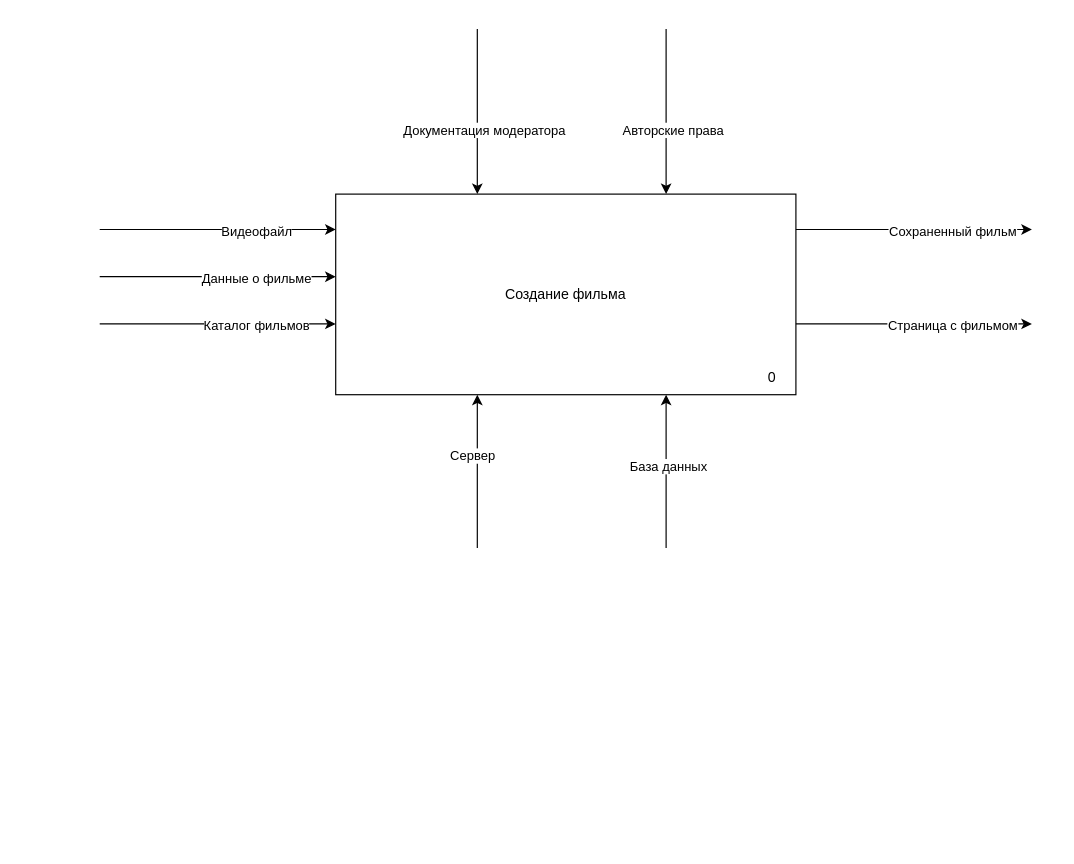
Earlier version of the draw.io diagram paps_1.drawio (vanyailnitsk/vanyailnitsk.github.io). Source tidied: cells renumbered, new cells numbered last; positions are measured from the earlier drawing's top-left corner, leaving out a move shared by most shapes. Both pictures are drawn from the tidied source at 118%, with x=0, y=0 at pixel (99, 28).
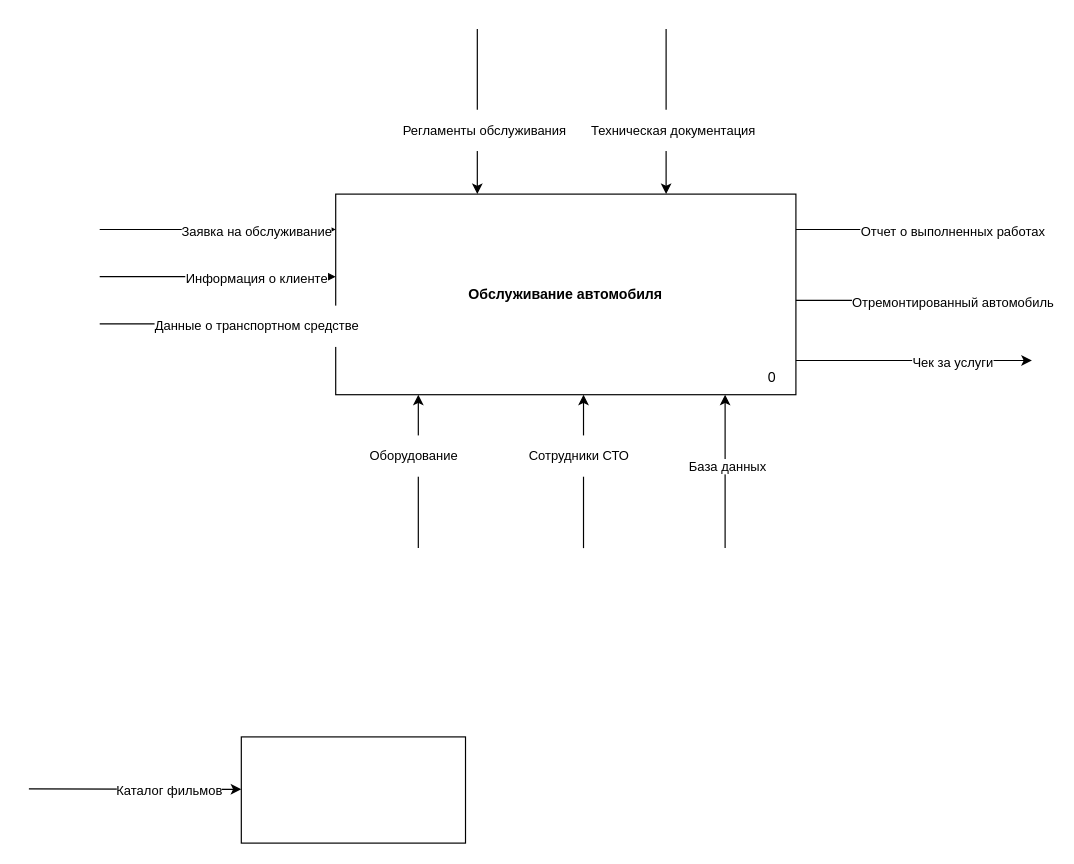
The same diagram, later.

Unchanged cells that the change refers to:
```xml
<mxCell id="3" style="endArrow=classic;html=1;rounded=0;" parent="1" edge="1">
  <mxGeometry relative="1" as="geometry">
    <mxPoint y="170" as="sourcePoint" />
    <mxPoint x="200" y="170" as="targetPoint" />
  </mxGeometry>
</mxCell>
<mxCell id="5" style="endArrow=classic;html=1;rounded=0;" parent="1" edge="1">
  <mxGeometry relative="1" as="geometry">
    <mxPoint y="210" as="sourcePoint" />
    <mxPoint x="200" y="210" as="targetPoint" />
  </mxGeometry>
</mxCell>
<mxCell id="7" style="endArrow=classic;html=1;rounded=0;" parent="1" edge="1">
  <mxGeometry relative="1" as="geometry">
    <mxPoint y="250" as="sourcePoint" />
    <mxPoint x="200" y="250" as="targetPoint" />
  </mxGeometry>
</mxCell>
<mxCell id="13" style="endArrow=classic;html=1;rounded=0;" parent="1" edge="1">
  <mxGeometry relative="1" as="geometry">
    <mxPoint x="590" y="170" as="sourcePoint" />
    <mxPoint x="790" y="170" as="targetPoint" />
  </mxGeometry>
</mxCell>
<mxCell id="17" style="endArrow=classic;html=1;rounded=0;" parent="1" edge="1">
  <mxGeometry relative="1" as="geometry">
    <mxPoint x="320" as="sourcePoint" />
    <mxPoint x="320" y="140" as="targetPoint" />
  </mxGeometry>
</mxCell>
<mxCell id="19" style="endArrow=classic;html=1;rounded=0;" parent="1" edge="1">
  <mxGeometry relative="1" as="geometry">
    <mxPoint x="480" as="sourcePoint" />
    <mxPoint x="480" y="140" as="targetPoint" />
  </mxGeometry>
</mxCell>
```

What changed in the source:
```diff
@@
-    <mxCell id="2" value="Создание фильма" style="rounded=0;whiteSpace=wrap;html=1;" parent="1" vertex="1">
+    <mxCell id="2" value="&lt;h4&gt;Обслуживание автомобиля&lt;/h4&gt;" style="rounded=0;whiteSpace=wrap;html=1;" parent="1" vertex="1">
       <mxGeometry x="200" y="140" width="390" height="170" as="geometry" />
     </mxCell>
@@
-    <mxCell id="4" value="Видеофайл" style="edgeLabel;html=1;align=center;verticalAlign=middle;" parent="3" vertex="1">
+    <mxCell id="4" value="&lt;p&gt;Заявка на обслуживание&lt;/p&gt;" style="edgeLabel;html=1;align=center;verticalAlign=middle;" parent="3" vertex="1">
       <mxGeometry x="0.32" y="-1" relative="1" as="geometry" />
     </mxCell>
@@
-    <mxCell id="6" value="Данные о фильме" style="edgeLabel;html=1;align=center;verticalAlign=middle;" parent="5" vertex="1">
+    <mxCell id="6" value="&lt;p&gt;Информация о клиенте&lt;/p&gt;" style="edgeLabel;html=1;align=center;verticalAlign=middle;" parent="5" vertex="1">
       <mxGeometry x="0.32" y="-1" relative="1" as="geometry" />
     </mxCell>
@@
-    <mxCell id="8" value="Каталог фильмов" style="edgeLabel;html=1;align=center;verticalAlign=middle;" parent="7" vertex="1">
+    <mxCell id="8" value="&lt;p&gt;Данные о транспортном средстве&lt;/p&gt;" style="edgeLabel;html=1;align=center;verticalAlign=middle;" parent="7" vertex="1">
       <mxGeometry x="0.32" y="-1" relative="1" as="geometry" />
     </mxCell>
     <mxCell id="9" style="endArrow=classic;html=1;rounded=0;" parent="1" edge="1">
       <mxGeometry relative="1" as="geometry">
-        <mxPoint x="320" y="440" as="sourcePoint" />
-        <mxPoint x="320" y="310" as="targetPoint" />
+        <mxPoint x="270" y="440" as="sourcePoint" />
+        <mxPoint x="270" y="310" as="targetPoint" />
       </mxGeometry>
     </mxCell>
-    <mxCell id="10" value="Сервер" style="edgeLabel;html=1;align=center;verticalAlign=middle;" parent="9" vertex="1">
+    <mxCell id="10" value="&lt;p&gt;Оборудование&lt;/p&gt;" style="edgeLabel;html=1;align=center;verticalAlign=middle;" parent="9" vertex="1">
       <mxGeometry x="0.21" y="5" relative="1" as="geometry" />
     </mxCell>
     <mxCell id="11" style="endArrow=classic;html=1;rounded=0;" parent="1" edge="1">
       <mxGeometry relative="1" as="geometry">
-        <mxPoint x="480" y="440" as="sourcePoint" />
-        <mxPoint x="480" y="310" as="targetPoint" />
+        <mxPoint x="530" y="440" as="sourcePoint" />
+        <mxPoint x="530" y="310" as="targetPoint" />
       </mxGeometry>
     </mxCell>
@@
-    <mxCell id="14" value="Сохраненный фильм" style="edgeLabel;html=1;align=center;verticalAlign=middle;" parent="13" vertex="1">
+    <mxCell id="14" value="&lt;p&gt;Отчет о выполненных работах&lt;/p&gt;" style="edgeLabel;html=1;align=center;verticalAlign=middle;" parent="13" vertex="1">
       <mxGeometry x="0.32" y="-1" relative="1" as="geometry" />
     </mxCell>
     <mxCell id="15" style="endArrow=classic;html=1;rounded=0;" parent="1" edge="1">
       <mxGeometry relative="1" as="geometry">
-        <mxPoint x="590" y="250" as="sourcePoint" />
-        <mxPoint x="790" y="250" as="targetPoint" />
+        <mxPoint x="590" y="230" as="sourcePoint" />
+        <mxPoint x="790" y="230" as="targetPoint" />
       </mxGeometry>
     </mxCell>
-    <mxCell id="16" value="Страница с фильмом" style="edgeLabel;html=1;align=center;verticalAlign=middle;" parent="15" vertex="1">
+    <mxCell id="16" value="&lt;p&gt;Отремонтированный автомобиль&lt;/p&gt;" style="edgeLabel;html=1;align=center;verticalAlign=middle;" parent="15" vertex="1">
       <mxGeometry x="0.32" y="-1" relative="1" as="geometry" />
     </mxCell>
@@
-    <mxCell id="18" value="Документация модератора" style="edgeLabel;html=1;align=center;verticalAlign=middle;" parent="17" vertex="1">
+    <mxCell id="18" value="&lt;p&gt;Регламенты обслуживания&lt;/p&gt;" style="edgeLabel;html=1;align=center;verticalAlign=middle;" parent="17" vertex="1">
       <mxGeometry x="0.21" y="5" relative="1" as="geometry" />
     </mxCell>
@@
-    <mxCell id="20" value="Авторские права" style="edgeLabel;html=1;align=center;verticalAlign=middle;" parent="19" vertex="1">
+    <mxCell id="20" value="&lt;p&gt;Техническая документация&lt;/p&gt;" style="edgeLabel;html=1;align=center;verticalAlign=middle;" parent="19" vertex="1">
       <mxGeometry x="0.21" y="5" relative="1" as="geometry" />
     </mxCell>
@@
+    <mxCell id="22" style="rounded=0;whiteSpace=wrap;html=1;" parent="1" vertex="1">
+      <mxGeometry x="120" y="600" width="190" height="90" as="geometry" />
+    </mxCell>
+    <mxCell id="23" style="endArrow=classic;html=1;rounded=0;" parent="1" edge="1">
+      <mxGeometry relative="1" as="geometry">
+        <mxPoint x="-60" y="644" as="sourcePoint" />
+        <mxPoint x="120" y="644.4" as="targetPoint" />
+      </mxGeometry>
+    </mxCell>
+    <mxCell id="24" value="Каталог фильмов" style="edgeLabel;html=1;align=center;verticalAlign=middle;" parent="23" vertex="1">
+      <mxGeometry x="0.32" y="-1" relative="1" as="geometry" />
+    </mxCell>
+    <mxCell id="25" style="endArrow=classic;html=1;rounded=0;" parent="1" edge="1">
+      <mxGeometry relative="1" as="geometry">
+        <mxPoint x="590" y="281" as="sourcePoint" />
+        <mxPoint x="790" y="281" as="targetPoint" />
+      </mxGeometry>
+    </mxCell>
+    <mxCell id="26" value="&lt;p&gt;Чек за услуги&lt;/p&gt;" style="edgeLabel;html=1;align=center;verticalAlign=middle;" parent="25" vertex="1">
+      <mxGeometry x="0.32" y="-1" relative="1" as="geometry" />
+    </mxCell>
+    <mxCell id="27" style="endArrow=classic;html=1;rounded=0;" parent="1" edge="1">
+      <mxGeometry relative="1" as="geometry">
+        <mxPoint x="410" y="440" as="sourcePoint" />
+        <mxPoint x="410" y="310" as="targetPoint" />
+      </mxGeometry>
+    </mxCell>
+    <mxCell id="28" value="&lt;p&gt;Сотрудники СТО&lt;/p&gt;" style="edgeLabel;html=1;align=center;verticalAlign=middle;" parent="27" vertex="1">
+      <mxGeometry x="0.21" y="5" relative="1" as="geometry" />
+    </mxCell>
```
